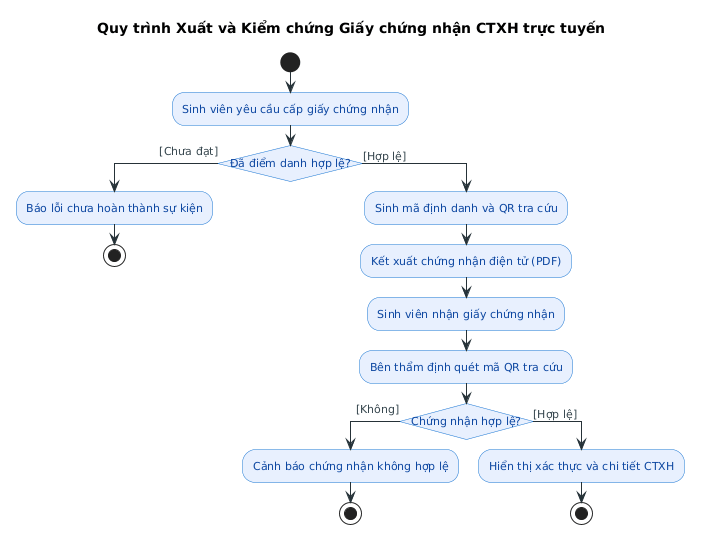
This is bao-cao/Images/activity-verify-certificate.png from davenguyen-learn/uniconnect, a PlantUML export, as it was before one commit. The source it was exported from:
```plantuml
@startuml
skinparam backgroundColor #FFFFFF
skinparam shadowing false
skinparam defaultFontName "Noto Sans, Arial, sans-serif"
skinparam defaultFontSize 11
skinparam arrowColor #263238
skinparam arrowFontColor #37474F
skinparam arrowFontSize 11
skinparam activityBackgroundColor #E8F0FE
skinparam activityBorderColor #1976D2
skinparam activityFontColor #0D47A1
skinparam activityFontSize 11
skinparam activityRoundCorner 8
skinparam conditionStyle insideDiamond
skinparam ConditionEndStyle none
skinparam conditionBackgroundColor #FFF8E1
skinparam conditionBorderColor #FFA000
skinparam conditionFontColor #B78103
skinparam conditionFontSize 11

title Quy trình Xuất và Kiểm chứng Giấy chứng nhận CTXH trực tuyến

start
:Sinh viên yêu cầu cấp giấy chứng nhận;

if (Đã điểm danh hợp lệ?) then ([Chưa đạt])
  :Báo lỗi chưa hoàn thành sự kiện;
  stop
else ([Hợp lệ])
  :Sinh mã định danh và QR tra cứu;
  :Kết xuất chứng nhận điện tử (PDF);
  :Sinh viên nhận giấy chứng nhận;

  :Bên thẩm định quét mã QR tra cứu;

  if (Chứng nhận hợp lệ?) then ([Không])
    :Cảnh báo chứng nhận không hợp lệ;
    stop
  else ([Hợp lệ])
    :Hiển thị xác thực và chi tiết CTXH;
    stop
  endif
endif
@enduml
```
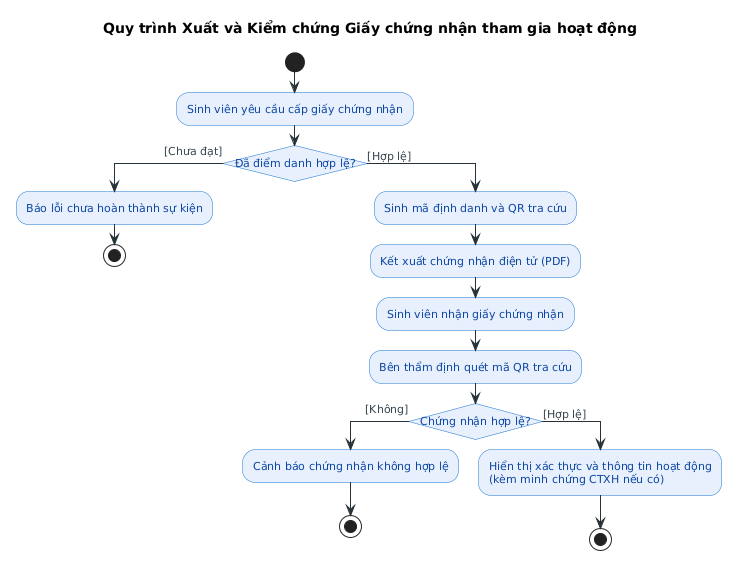
After the change.

Commit message:
docs: generalize certificate workflow to certificate of participation

Change to the diagram source:
```diff
@@ -18,7 +18,7 @@
 skinparam conditionFontColor #B78103
 skinparam conditionFontSize 11
 
-title Quy trình Xuất và Kiểm chứng Giấy chứng nhận CTXH trực tuyến
+title Quy trình Xuất và Kiểm chứng Giấy chứng nhận tham gia hoạt động
 
 start
 :Sinh viên yêu cầu cấp giấy chứng nhận;
@@ -37,7 +37,7 @@
     :Cảnh báo chứng nhận không hợp lệ;
     stop
   else ([Hợp lệ])
-    :Hiển thị xác thực và chi tiết CTXH;
+    :Hiển thị xác thực và thông tin hoạt động\n(kèm minh chứng CTXH nếu có);
     stop
   endif
 endif
```
